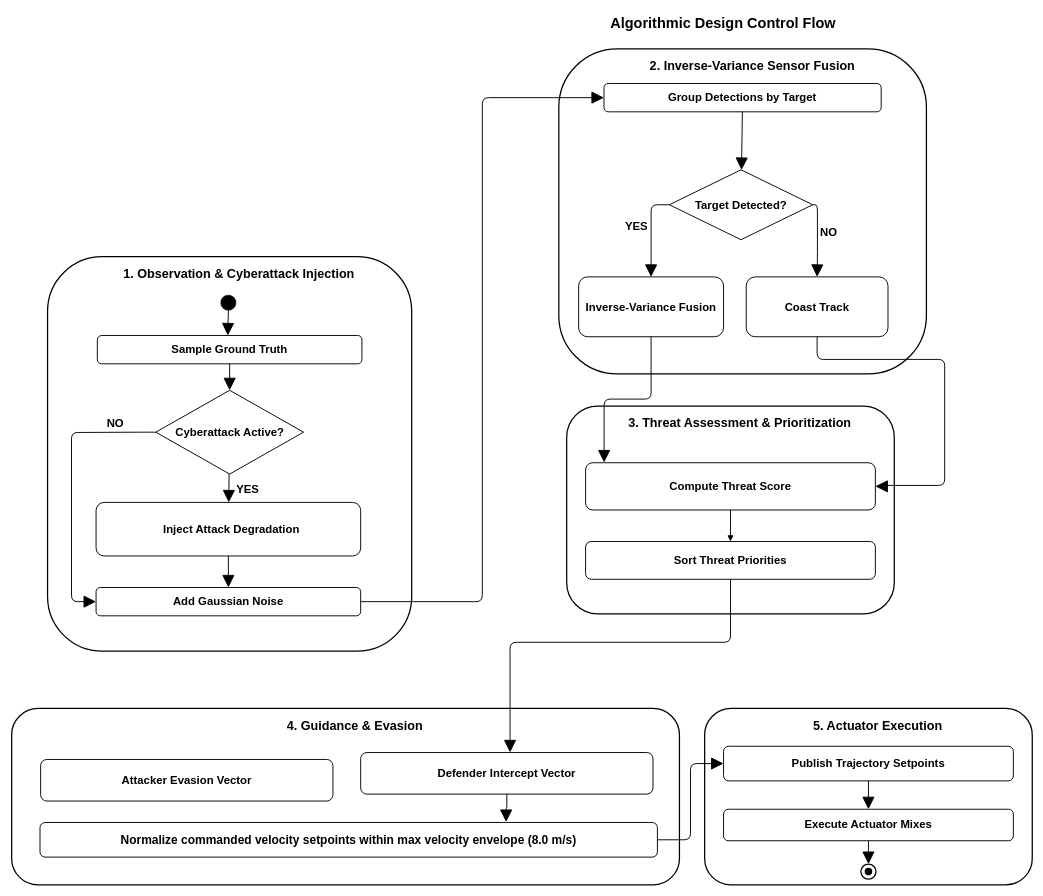
Before: 28_algorithm_design_flow.drawio in syedmohammad611/diagrams, a draw.io diagram. Source tidied: cells renumbered, new cells numbered last; positions are measured from the earlier drawing's top-left corner, leaving out a move shared by most shapes. Both pictures are drawn from the tidied source at 63%, with x=0, y=0 at pixel (11, 11).
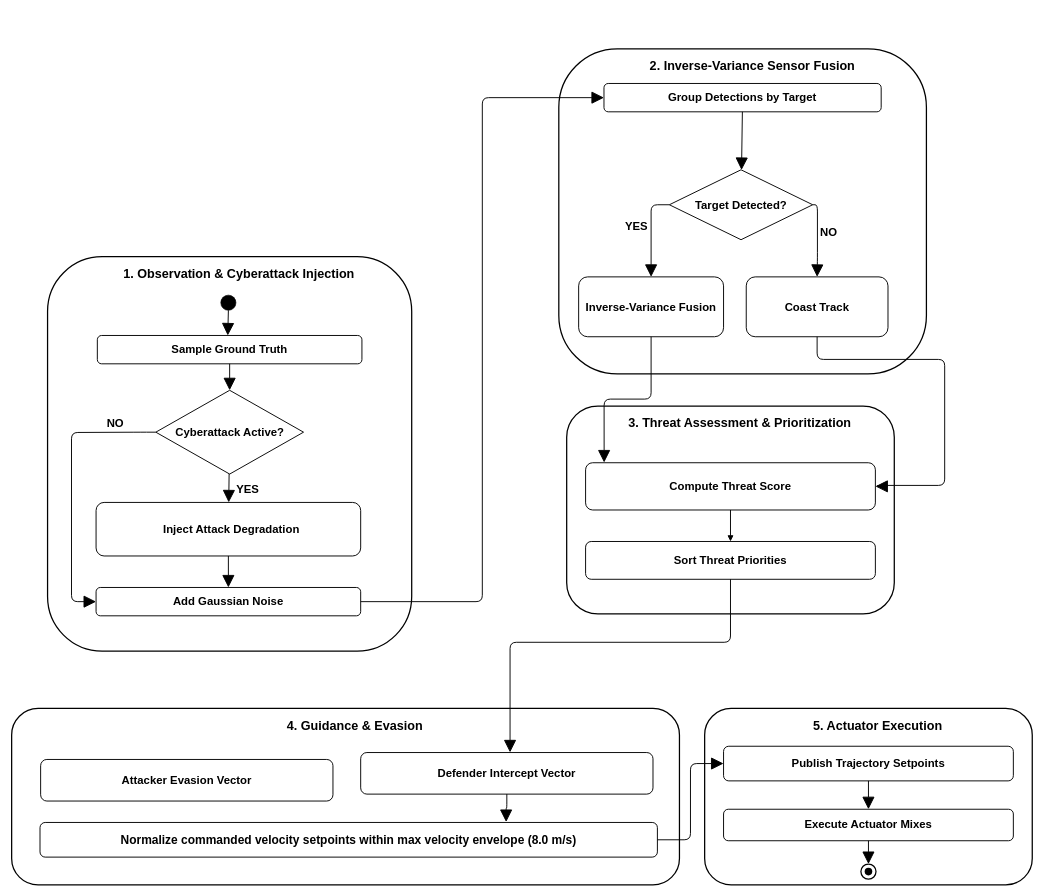
After the change.

Commit message (it also covers changes not shown here):
refactor: update interaction overview and algorithm flow diagrams

Change to the diagram source:
```diff
@@
-    <mxCell id="2" value="&lt;b&gt;&lt;font style=&quot;font-size: 23px;&quot;&gt;Algorithmic Design Control Flow&lt;/font&gt;&lt;/b&gt;" style="text;html=1;fontFamily=Helvetica;fontColor=#000000;fontSize=22;fontStyle=1;align=center;fillColor=none;" parent="1" vertex="1">
-      <mxGeometry x="861" width="535" height="35" as="geometry" />
-    </mxCell>
```
